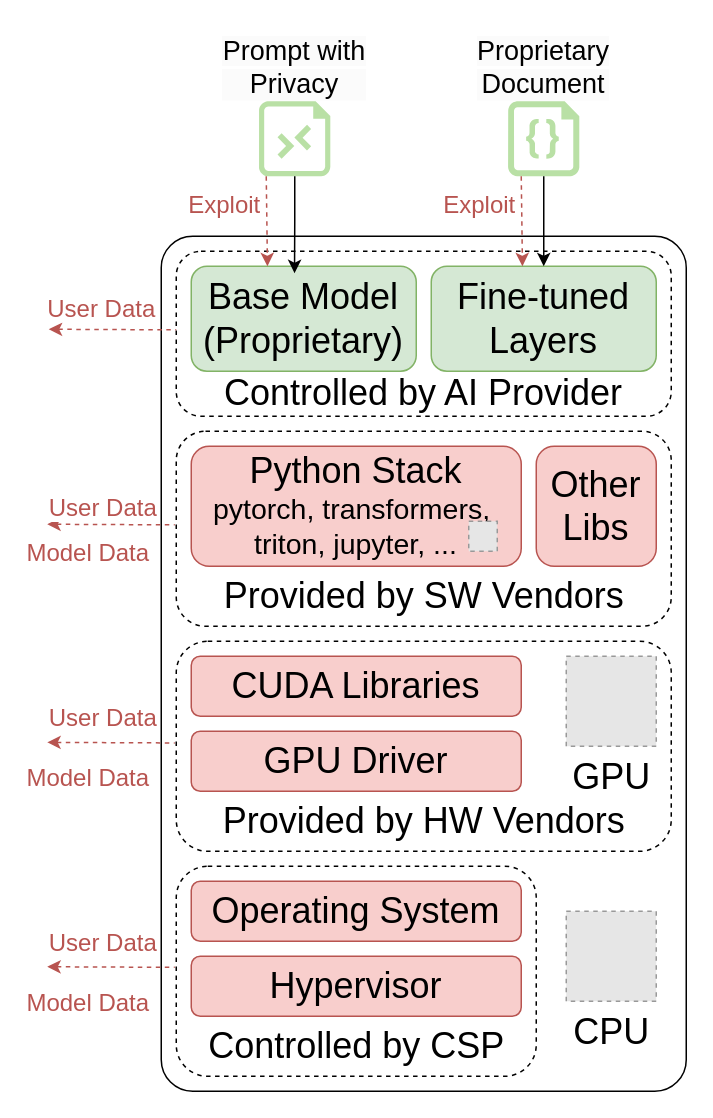
Before: page "motivation" (1 of 2) of ConfidentialComputing/confAI_current.drawio in ya0guang/researches, a draw.io diagram. Source tidied: cells renumbered, new cells numbered last; positions are measured from the earlier drawing's top-left corner, leaving out a move shared by most shapes. Both pictures are drawn from the tidied source at 150%, with x=0, y=0 at pixel (46, 26). Pictures stored in the file or linked from it are replaced by grey dashed boxes.
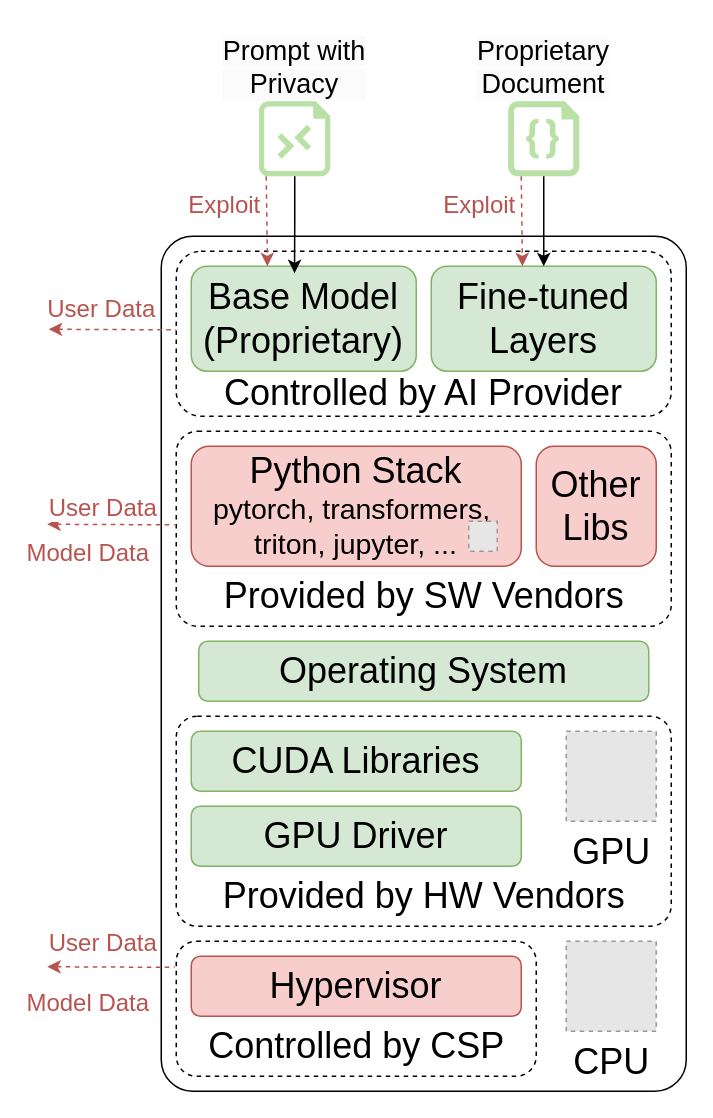
The same page after the edit.

Change to the diagram source:
```diff
@@
     <mxCell id="3" style="rounded=1;whiteSpace=wrap;html=1;fillColor=none;dashed=1;" parent="1" vertex="1">
-      <mxGeometry x="86" y="560" width="240" height="140" as="geometry" />
+      <mxGeometry x="86" y="610" width="240" height="90" as="geometry" />
     </mxCell>
-    <mxCell id="4" style="rounded=1;whiteSpace=wrap;html=1;fillColor=none;dashed=1;" parent="1" vertex="1">
-      <mxGeometry x="86" y="410" width="330" height="140" as="geometry" />
+    <mxCell id="4" style="rounded=1;whiteSpace=wrap;html=1;fillColor=none;dashed=1;arcSize=10;" parent="1" vertex="1">
+      <mxGeometry x="86" y="460" width="330" height="140" as="geometry" />
     </mxCell>
-    <mxCell id="5" style="rounded=1;whiteSpace=wrap;html=1;fillColor=none;dashed=1;" parent="1" vertex="1">
+    <mxCell id="5" style="rounded=1;whiteSpace=wrap;html=1;fillColor=none;dashed=1;arcSize=11;" parent="1" vertex="1">
       <mxGeometry x="86" y="270" width="330" height="130" as="geometry" />
     </mxCell>
@@
-    <mxCell id="8" value="&lt;font style=&quot;font-size: 24px;&quot;&gt;Operating System&lt;/font&gt;" style="rounded=1;whiteSpace=wrap;html=1;fillColor=#f8cecc;strokeColor=#b85450;" parent="1" vertex="1">
-      <mxGeometry x="96" y="570" width="220" height="40" as="geometry" />
+    <mxCell id="8" value="&lt;font style=&quot;font-size: 24px;&quot;&gt;Operating System&lt;/font&gt;" style="rounded=1;whiteSpace=wrap;html=1;fillColor=#d5e8d4;strokeColor=#82b366;" parent="1" vertex="1">
+      <mxGeometry x="101" y="410" width="300" height="40" as="geometry" />
     </mxCell>
-    <mxCell id="9" value="&lt;span style=&quot;font-size: 24px;&quot;&gt;GPU Driver&lt;/span&gt;" style="rounded=1;whiteSpace=wrap;html=1;fillColor=#f8cecc;strokeColor=#b85450;" parent="1" vertex="1">
-      <mxGeometry x="96" y="470" width="220" height="40" as="geometry" />
+    <mxCell id="9" value="&lt;span style=&quot;font-size: 24px;&quot;&gt;GPU Driver&lt;/span&gt;" style="rounded=1;whiteSpace=wrap;html=1;fillColor=#d5e8d4;strokeColor=#82b366;" parent="1" vertex="1">
+      <mxGeometry x="96" y="520" width="220" height="40" as="geometry" />
     </mxCell>
-    <mxCell id="10" value="&lt;span style=&quot;font-size: 24px;&quot;&gt;CUDA Libraries&lt;/span&gt;" style="rounded=1;whiteSpace=wrap;html=1;fillColor=#f8cecc;strokeColor=#b85450;" parent="1" vertex="1">
-      <mxGeometry x="96" y="420" width="220" height="40" as="geometry" />
+    <mxCell id="10" value="&lt;span style=&quot;font-size: 24px;&quot;&gt;CUDA Libraries&lt;/span&gt;" style="rounded=1;whiteSpace=wrap;html=1;fillColor=#d5e8d4;strokeColor=#82b366;" parent="1" vertex="1">
+      <mxGeometry x="96" y="470" width="220" height="40" as="geometry" />
     </mxCell>
@@
     <mxCell id="14" value="&lt;font style=&quot;font-size: 24px;&quot;&gt;Provided by HW Vendors&lt;/font&gt;" style="text;html=1;align=center;verticalAlign=middle;strokeColor=none;fillColor=none;" parent="1" vertex="1">
-      <mxGeometry x="106" y="510" width="290" height="40" as="geometry" />
+      <mxGeometry x="106" y="560" width="290" height="40" as="geometry" />
     </mxCell>
     <mxCell id="15" value="&lt;font style=&quot;font-size: 24px;&quot;&gt;GPU&lt;/font&gt;" style="fillColor=#E6E6E6;strokeColor=#999999;dashed=1;html=1;verticalLabelPosition=bottom;labelBackgroundColor=#ffffff;verticalAlign=top;" parent="1" vertex="1">
-      <mxGeometry x="346" y="420" width="60" height="60" as="geometry" />
+      <mxGeometry x="346" y="470" width="60" height="60" as="geometry" />
     </mxCell>
     <mxCell id="16" value="&lt;font style=&quot;font-size: 24px;&quot;&gt;CPU&lt;/font&gt;" style="fillColor=#E6E6E6;strokeColor=#999999;dashed=1;html=1;verticalLabelPosition=bottom;labelBackgroundColor=#ffffff;verticalAlign=top;" parent="1" vertex="1">
-      <mxGeometry x="346" y="590" width="60" height="60" as="geometry" />
+      <mxGeometry x="346" y="610" width="60" height="60" as="geometry" />
     </mxCell>
@@
-    <mxCell id="33" style="rounded=0;orthogonalLoop=1;jettySize=auto;html=1;dashed=1;fillColor=#f8cecc;strokeColor=#b85450;startArrow=classic;startFill=1;endArrow=none;endFill=0;" parent="1" edge="1">
-      <mxGeometry relative="1" as="geometry">
-        <mxPoint y="477.4" as="sourcePoint" />
-        <mxPoint x="85" y="477.8" as="targetPoint" />
-      </mxGeometry>
-    </mxCell>
@@
-    <mxCell id="36" value="&lt;font style=&quot;font-size: 16px;&quot;&gt;User Data&lt;/font&gt;" style="edgeLabel;html=1;align=center;verticalAlign=middle;fontColor=#B85450;" parent="1" vertex="1">
-      <mxGeometry x="36" y="460" as="geometry" />
-    </mxCell>
@@
-    <mxCell id="39" value="&lt;font style=&quot;font-size: 16px;&quot;&gt;Model Data&lt;/font&gt;" style="edgeLabel;html=1;align=center;verticalAlign=middle;fontColor=#B85450;" parent="1" vertex="1">
-      <mxGeometry x="26" y="500" as="geometry" />
-    </mxCell>
```
